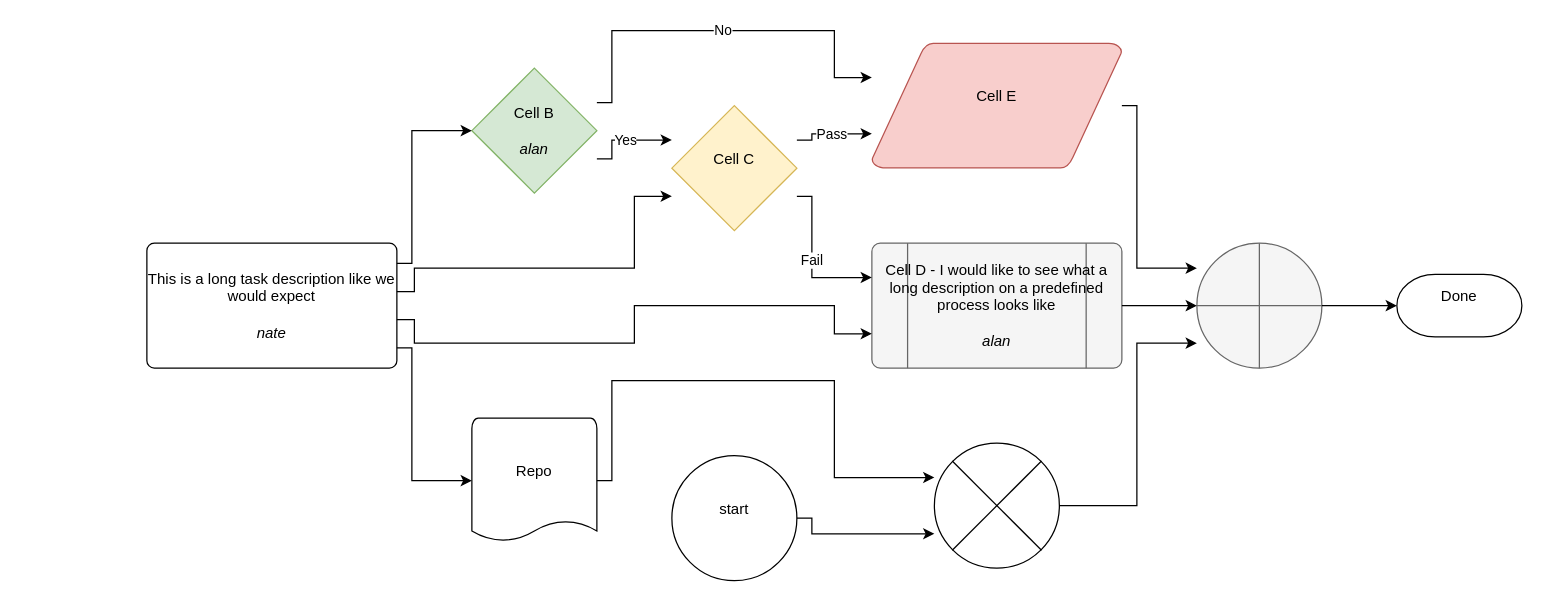
Before: plan_test.drawio in natecostello/drawio-to-csv, a draw.io diagram. Source tidied: cells renumbered, new cells numbered last; positions are measured from the earlier drawing's top-left corner, leaving out a move shared by most shapes. Both pictures are drawn from the tidied source at 125%, with x=0, y=0 at pixel (146, 30).
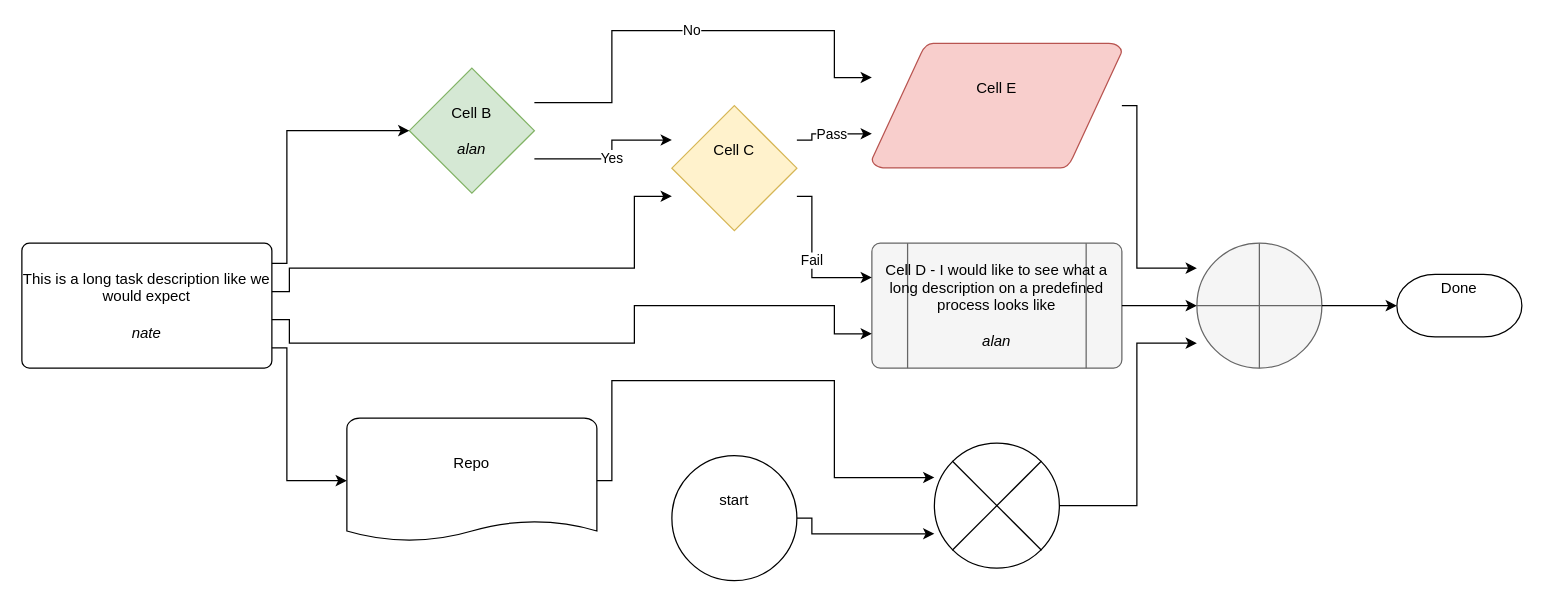
Above is the later version.

Change to the diagram source:
```diff
@@
-    <object id="2" label="%description%&lt;br&gt;&lt;br&gt;&lt;i&gt;%owner%&lt;/i&gt;" description="This is a long task description like we would expect" owner="nate" placeholders="1">
+    <object id="2" label="%description%&lt;br&gt;&lt;br&gt;&lt;i&gt;%owner%&lt;/i&gt;&lt;br&gt;%xl_id%" description="This is a long task description like we would expect" owner="nate" placeholders="1" xl_id="">
       <mxCell style="whiteSpace=wrap;shape=mxgraph.flowchart.process;html=1;" parent="1" vertex="1">
-        <mxGeometry y="170" width="200" height="100" as="geometry" />
+        <mxGeometry x="-100" y="170" width="200" height="100" as="geometry" />
       </mxCell>
     </object>
-    <object id="3" label="%description%&lt;br&gt;&lt;br&gt;&lt;i&gt;%owner%&lt;/i&gt;" description="Cell B" owner="alan" placeholders="1">
+    <object id="3" label="%description%&lt;br&gt;&lt;br&gt;&lt;i&gt;%owner%&lt;/i&gt;&lt;br&gt;%xl_id%" description="Cell B" owner="alan" placeholders="1" xl_id="">
       <mxCell style="whiteSpace=wrap;shape=mxgraph.flowchart.decision;fillColor=#d5e8d4;strokeColor=#82b366;html=1;" parent="1" vertex="1">
-        <mxGeometry x="260" y="30" width="100" height="100" as="geometry" />
+        <mxGeometry x="210" y="30" width="100" height="100" as="geometry" />
       </mxCell>
     </object>
-    <object id="4" label="%description%&lt;br&gt;&lt;br&gt;&lt;i&gt;%owner%&lt;/i&gt;" description="Cell C" owner="" placeholders="1">
+    <object id="4" label="%description%&lt;br&gt;&lt;br&gt;&lt;i&gt;%owner%&lt;/i&gt;&lt;br&gt;%xl_id%" description="Cell C" owner="" placeholders="1" xl_id="">
       <mxCell style="whiteSpace=wrap;shape=mxgraph.flowchart.decision;fillColor=#fff2cc;strokeColor=#d6b656;html=1;" parent="1" vertex="1">
         <mxGeometry x="420" y="60" width="100" height="100" as="geometry" />
       </mxCell>
     </object>
-    <object id="5" label="%description%&lt;br&gt;&lt;br&gt;&lt;i&gt;%owner%&lt;/i&gt;" description="Cell D - I would like to see what a long description on a predefined process looks like" owner="alan" placeholders="1">
+    <object id="5" label="%description%&lt;br&gt;&lt;br&gt;&lt;i&gt;%owner%&lt;/i&gt;&lt;br&gt;%xl_id%" description="Cell D - I would like to see what a long description on a predefined process looks like" owner="alan" placeholders="1" xl_id="">
       <mxCell style="whiteSpace=wrap;shape=mxgraph.flowchart.predefined_process;fillColor=#f5f5f5;strokeColor=#666666;html=1;" parent="1" vertex="1">
         <mxGeometry x="580" y="170" width="200" height="100" as="geometry" />
       </mxCell>
     </object>
-    <object id="6" label="%description%&lt;br&gt;&lt;br&gt;&lt;i&gt;%owner%&lt;/i&gt;" description="Cell E" owner="" placeholders="1">
+    <object id="6" label="%description%&lt;br&gt;&lt;br&gt;&lt;i&gt;%owner%&lt;/i&gt;&lt;br&gt;%xl_id%" description="Cell E" owner="" placeholders="1" xl_id="">
       <mxCell style="whiteSpace=wrap;shape=mxgraph.flowchart.data;fillColor=#f8cecc;strokeColor=#b85450;html=1;" parent="1" vertex="1">
         <mxGeometry x="580" y="10" width="200" height="100" as="geometry" />
       </mxCell>
     </object>
-    <object id="7" label="%description%&lt;br&gt;&lt;br&gt;&lt;i&gt;%owner%&lt;/i&gt;" description="" owner="" placeholders="1">
+    <object id="7" label="%description%&lt;br&gt;&lt;br&gt;&lt;i&gt;%owner%&lt;/i&gt;&lt;br&gt;%xl_id%" description="" owner="" placeholders="1" xl_id="">
       <mxCell style="whiteSpace=wrap;shape=mxgraph.flowchart.summing_function;fillColor=#f5f5f5;strokeColor=#666666;html=1;" parent="1" vertex="1">
         <mxGeometry x="840" y="170" width="100" height="100" as="geometry" />
       </mxCell>
     </object>
-    <object id="8" label="%description%&lt;br&gt;&lt;br&gt;&lt;i&gt;%owner%&lt;/i&gt;" description="Done" owner="" placeholders="1">
+    <object id="8" label="%description%&lt;br&gt;&lt;br&gt;&lt;i&gt;%owner%&lt;/i&gt;&lt;br&gt;%xl_id%" description="Done" owner="" placeholders="1" xl_id="">
       <mxCell style="whiteSpace=wrap;shape=mxgraph.flowchart.terminator;html=1;" parent="1" vertex="1">
         <mxGeometry x="1000" y="195" width="100" height="50" as="geometry" />
       </mxCell>
     </object>
-    <object id="9" label="%description%&lt;br&gt;&lt;br&gt;&lt;i&gt;%owner%&lt;/i&gt;" description="Repo" owner="" placeholders="1">
+    <object id="9" label="%description%&lt;br&gt;&lt;br&gt;&lt;i&gt;%owner%&lt;/i&gt;&lt;br&gt;%xl_id%" description="Repo" owner="" placeholders="1" xl_id="">
       <mxCell style="whiteSpace=wrap;shape=mxgraph.flowchart.document;html=1;" parent="1" vertex="1">
-        <mxGeometry x="260" y="310" width="100" height="100" as="geometry" />
+        <mxGeometry x="160" y="310" width="200" height="100" as="geometry" />
       </mxCell>
     </object>
-    <object id="10" label="%description%&lt;br&gt;&lt;br&gt;&lt;i&gt;%owner%&lt;/i&gt;" description="" owner="" placeholders="1">
+    <object id="10" label="%description%&lt;br&gt;&lt;br&gt;&lt;i&gt;%owner%&lt;/i&gt;&lt;br&gt;%xl_id%" description="" owner="" placeholders="1" xl_id="">
       <mxCell style="whiteSpace=wrap;shape=mxgraph.flowchart.or;html=1;" parent="1" vertex="1">
         <mxGeometry x="630" y="330" width="100" height="100" as="geometry" />
       </mxCell>
     </object>
-    <object id="11" label="%description%&lt;br&gt;&lt;br&gt;&lt;i&gt;%owner%&lt;/i&gt;" description="start" owner="" placeholders="1">
+    <object id="11" label="%description%&lt;br&gt;&lt;br&gt;&lt;i&gt;%owner%&lt;/i&gt;&lt;br&gt;%xl_id%" description="start" owner="" placeholders="1" xl_id="">
       <mxCell style="whiteSpace=wrap;shape=mxgraph.flowchart.start_1;html=1;" parent="1" vertex="1">
         <mxGeometry x="420" y="340" width="100" height="100" as="geometry" />
       </mxCell>
     </object>
     <mxCell id="12" style="edgeStyle=orthogonalEdgeStyle;rounded=0;jettySize=auto;html=1;" parent="1" edge="1" source="2" target="3">
       <mxGeometry relative="1" as="geometry">
         <Array as="points">
-          <mxPoint x="212" y="186.2" />
-          <mxPoint x="248" y="80" />
+          <mxPoint x="112" y="186.2" />
+          <mxPoint x="148" y="80" />
         </Array>
       </mxGeometry>
     </mxCell>
     <mxCell id="13" style="edgeStyle=orthogonalEdgeStyle;rounded=0;jettySize=auto;html=1;" parent="1" edge="1" source="2" target="4">
       <mxGeometry relative="1" as="geometry">
         <Array as="points">
-          <mxPoint x="214" y="208.8" />
-          <mxPoint x="230" y="190" />
+          <mxPoint x="114" y="208.8" />
+          <mxPoint x="130" y="190" />
           <mxPoint x="390" y="190" />
           <mxPoint x="408" y="132.5" />
         </Array>
       </mxGeometry>
     </mxCell>
     <mxCell id="14" style="edgeStyle=orthogonalEdgeStyle;rounded=0;jettySize=auto;html=1;" parent="1" edge="1" source="2" target="5">
       <mxGeometry relative="1" as="geometry">
         <Array as="points">
-          <mxPoint x="214" y="231.2" />
-          <mxPoint x="230" y="250" />
+          <mxPoint x="114" y="231.2" />
+          <mxPoint x="130" y="250" />
           <mxPoint x="390" y="250" />
           <mxPoint x="390" y="220" />
           <mxPoint x="550" y="220" />
           <mxPoint x="568" y="242.5" />
         </Array>
       </mxGeometry>
     </mxCell>
     <mxCell id="15" style="edgeStyle=orthogonalEdgeStyle;rounded=0;jettySize=auto;html=1;" parent="1" edge="1" source="2" target="9">
       <mxGeometry relative="1" as="geometry">
         <Array as="points">
-          <mxPoint x="212" y="253.8" />
-          <mxPoint x="248" y="360" />
+          <mxPoint x="112" y="253.8" />
+          <mxPoint x="148" y="360" />
         </Array>
       </mxGeometry>
     </mxCell>
```
